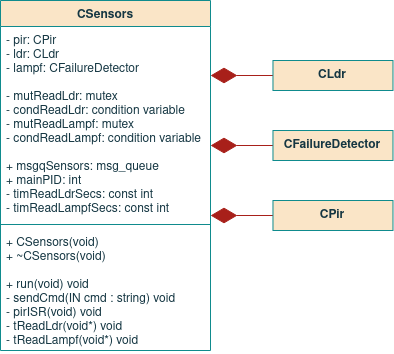
Before: report/images/09sw_specification/LS/csensors/class.png, a diagram exported from draw.io (ESRGgroup9/slipad). Source tidied: cells renumbered, new cells last; positions are measured from the earlier drawing's top-left corner, leaving out a move shared by most shapes. Source of this version:
```xml
<mxGraphModel>
  <root>
    <mxCell id="0" />
    <mxCell id="1" parent="0" />
    <mxCell id="2" value="CSensors" style="swimlane;fontStyle=1;align=center;verticalAlign=top;horizontal=1;startSize=26;fillColor=#FAE5C7;strokeColor=#0F8B8D;fontColor=#143642;" parent="1" vertex="1">
      <mxGeometry width="210" height="350" as="geometry" />
    </mxCell>
    <mxCell id="3" value="- pir: CPir&#10;- ldr: CLdr&#10;- lampf: CFailureDetector&#10;&#10;- mutReadLdr: mutex&#10;- condReadLdr: condition variable&#10;- mutReadLampf: mutex&#10;- condReadLampf: condition variable&#10;&#10;+ msgqSensors: msg_queue&#10;+ mainPID: int&#10;- timReadLdrSecs: const int&#10;- timReadLampfSecs: const int&#10;&#10;&#10;" style="text;strokeColor=none;fillColor=none;align=left;verticalAlign=top;spacingLeft=4;spacingRight=4;overflow=hidden;fontColor=#143642;fontStyle=0;" parent="2" vertex="1">
      <mxGeometry y="26" width="210" height="194" as="geometry" />
    </mxCell>
    <mxCell id="4" style="line;strokeWidth=1;fillColor=none;align=left;verticalAlign=middle;spacingTop=-1;spacingLeft=3;spacingRight=3;labelPosition=right;labelBackgroundColor=#DAD2D8;strokeColor=#0F8B8D;fontColor=#143642;" parent="2" vertex="1">
      <mxGeometry y="220" width="210" height="8" as="geometry" />
    </mxCell>
    <mxCell id="5" value="+ CSensors(void)&#10;+ ~CSensors(void)&#10;&#10;+ run(void) void&#10;- sendCmd(IN cmd : string) void&#10;- pirISR(void) void&#10;- tReadLdr(void*) void&#10;- tReadLampf(void*) void&#10;&#10;&#10;&#10;&#10;" style="text;strokeColor=none;fillColor=none;align=left;verticalAlign=top;spacingLeft=4;spacingRight=4;overflow=hidden;fontColor=#143642;spacing=2;fontStyle=0;" parent="2" vertex="1">
      <mxGeometry y="228" width="210" height="122" as="geometry" />
    </mxCell>
    <mxCell id="6" style="endArrow=diamondThin;endFill=1;endSize=24;html=1;rounded=0;sketch=0;fontColor=#143642;strokeColor=#A8201A;fillColor=#FAE5C7;exitX=0;exitY=0.5;exitDx=0;exitDy=0;" parent="1" edge="1">
      <mxGeometry relative="1" as="geometry">
        <mxPoint x="272.5" y="75" as="sourcePoint" />
        <mxPoint x="210" y="75" as="targetPoint" />
      </mxGeometry>
    </mxCell>
    <mxCell id="7" value="CLdr" style="rounded=0;whiteSpace=wrap;html=1;sketch=0;fontColor=#143642;strokeColor=#0F8B8D;fillColor=#FAE5C7;fontStyle=1;" parent="1" vertex="1">
      <mxGeometry x="272.5" y="60" width="120" height="30" as="geometry" />
    </mxCell>
    <mxCell id="8" style="endArrow=diamondThin;endFill=1;endSize=24;html=1;rounded=0;sketch=0;fontColor=#143642;strokeColor=#A8201A;fillColor=#FAE5C7;exitX=0;exitY=0.5;exitDx=0;exitDy=0;" parent="1" edge="1">
      <mxGeometry relative="1" as="geometry">
        <mxPoint x="272.5" y="145" as="sourcePoint" />
        <mxPoint x="210" y="145" as="targetPoint" />
      </mxGeometry>
    </mxCell>
    <mxCell id="9" value="CFailureDetector" style="rounded=0;whiteSpace=wrap;html=1;sketch=0;fontColor=#143642;strokeColor=#0F8B8D;fillColor=#FAE5C7;fontStyle=1;" parent="1" vertex="1">
      <mxGeometry x="272.5" y="130" width="120" height="30" as="geometry" />
    </mxCell>
    <mxCell id="10" style="endArrow=diamondThin;endFill=1;endSize=24;html=1;rounded=0;sketch=0;fontColor=#143642;strokeColor=#A8201A;fillColor=#FAE5C7;exitX=0;exitY=0.5;exitDx=0;exitDy=0;" parent="1" edge="1">
      <mxGeometry relative="1" as="geometry">
        <mxPoint x="272.5" y="215" as="sourcePoint" />
        <mxPoint x="210" y="215" as="targetPoint" />
      </mxGeometry>
    </mxCell>
    <mxCell id="11" value="CPir" style="rounded=0;whiteSpace=wrap;html=1;sketch=0;fontColor=#143642;strokeColor=#0F8B8D;fillColor=#FAE5C7;fontStyle=1;" parent="1" vertex="1">
      <mxGeometry x="272.5" y="200" width="120" height="30" as="geometry" />
    </mxCell>
  </root>
</mxGraphModel>
```
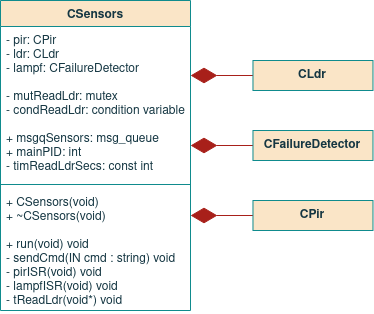
Above is the later version.

Change to the diagram source:
```diff
@@ -3,16 +3,16 @@
     <mxCell id="0" />
     <mxCell id="1" parent="0" />
     <mxCell id="2" value="CSensors" style="swimlane;fontStyle=1;align=center;verticalAlign=top;horizontal=1;startSize=26;fillColor=#FAE5C7;strokeColor=#0F8B8D;fontColor=#143642;" parent="1" vertex="1">
-      <mxGeometry width="210" height="350" as="geometry" />
+      <mxGeometry x="20" width="190" height="310" as="geometry" />
     </mxCell>
-    <mxCell id="3" value="- pir: CPir&#10;- ldr: CLdr&#10;- lampf: CFailureDetector&#10;&#10;- mutReadLdr: mutex&#10;- condReadLdr: condition variable&#10;- mutReadLampf: mutex&#10;- condReadLampf: condition variable&#10;&#10;+ msgqSensors: msg_queue&#10;+ mainPID: int&#10;- timReadLdrSecs: const int&#10;- timReadLampfSecs: const int&#10;&#10;&#10;" style="text;strokeColor=none;fillColor=none;align=left;verticalAlign=top;spacingLeft=4;spacingRight=4;overflow=hidden;fontColor=#143642;fontStyle=0;" parent="2" vertex="1">
-      <mxGeometry y="26" width="210" height="194" as="geometry" />
+    <mxCell id="3" value="- pir: CPir&#10;- ldr: CLdr&#10;- lampf: CFailureDetector&#10;&#10;- mutReadLdr: mutex&#10;- condReadLdr: condition variable&#10;&#10;+ msgqSensors: msg_queue&#10;+ mainPID: int&#10;- timReadLdrSecs: const int&#10;&#10;&#10;" style="text;strokeColor=none;fillColor=none;align=left;verticalAlign=top;spacingLeft=4;spacingRight=4;overflow=hidden;fontColor=#143642;fontStyle=0;" parent="2" vertex="1">
+      <mxGeometry y="26" width="190" height="154" as="geometry" />
     </mxCell>
     <mxCell id="4" style="line;strokeWidth=1;fillColor=none;align=left;verticalAlign=middle;spacingTop=-1;spacingLeft=3;spacingRight=3;labelPosition=right;labelBackgroundColor=#DAD2D8;strokeColor=#0F8B8D;fontColor=#143642;" parent="2" vertex="1">
-      <mxGeometry y="220" width="210" height="8" as="geometry" />
+      <mxGeometry y="180" width="190" height="8" as="geometry" />
     </mxCell>
-    <mxCell id="5" value="+ CSensors(void)&#10;+ ~CSensors(void)&#10;&#10;+ run(void) void&#10;- sendCmd(IN cmd : string) void&#10;- pirISR(void) void&#10;- tReadLdr(void*) void&#10;- tReadLampf(void*) void&#10;&#10;&#10;&#10;&#10;" style="text;strokeColor=none;fillColor=none;align=left;verticalAlign=top;spacingLeft=4;spacingRight=4;overflow=hidden;fontColor=#143642;spacing=2;fontStyle=0;" parent="2" vertex="1">
-      <mxGeometry y="228" width="210" height="122" as="geometry" />
+    <mxCell id="5" value="+ CSensors(void)&#10;+ ~CSensors(void)&#10;&#10;+ run(void) void&#10;- sendCmd(IN cmd : string) void&#10;- pirISR(void) void&#10;- lampfISR(void) void&#10;- tReadLdr(void*) void&#10;&#10;&#10;&#10;&#10;" style="text;strokeColor=none;fillColor=none;align=left;verticalAlign=top;spacingLeft=4;spacingRight=4;overflow=hidden;fontColor=#143642;spacing=2;fontStyle=0;" parent="2" vertex="1">
+      <mxGeometry y="188" width="190" height="122" as="geometry" />
     </mxCell>
     <mxCell id="6" style="endArrow=diamondThin;endFill=1;endSize=24;html=1;rounded=0;sketch=0;fontColor=#143642;strokeColor=#A8201A;fillColor=#FAE5C7;exitX=0;exitY=0.5;exitDx=0;exitDy=0;" parent="1" edge="1">
       <mxGeometry relative="1" as="geometry">
```
